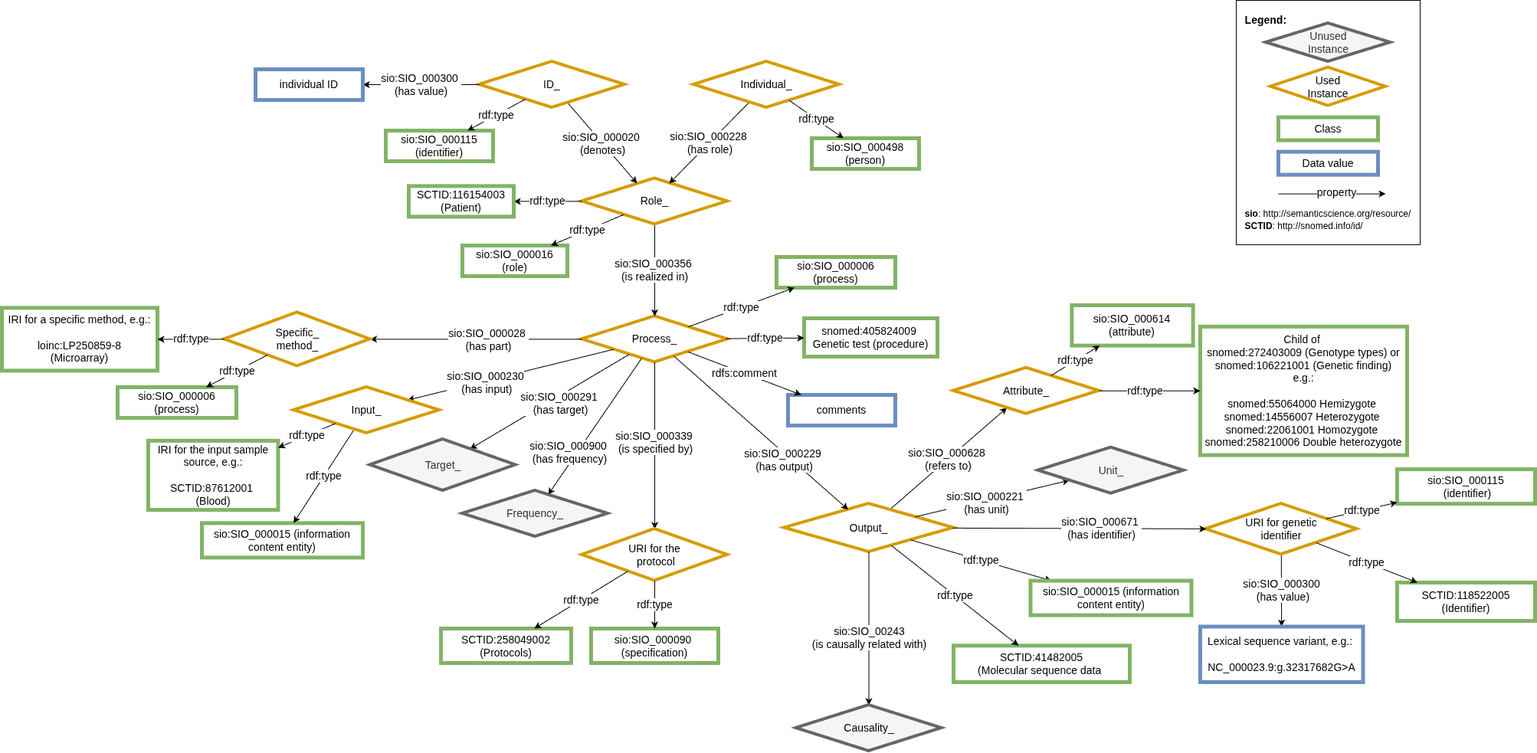
Before: images/snomed/CARE-SM-snomed-Genetic.drawio.png, a diagram exported from draw.io (CARE-SM/CARE-Semantic-Model). Source tidied: cells renumbered, new cells last; positions are measured from the earlier drawing's top-left corner, leaving out a move shared by most shapes.
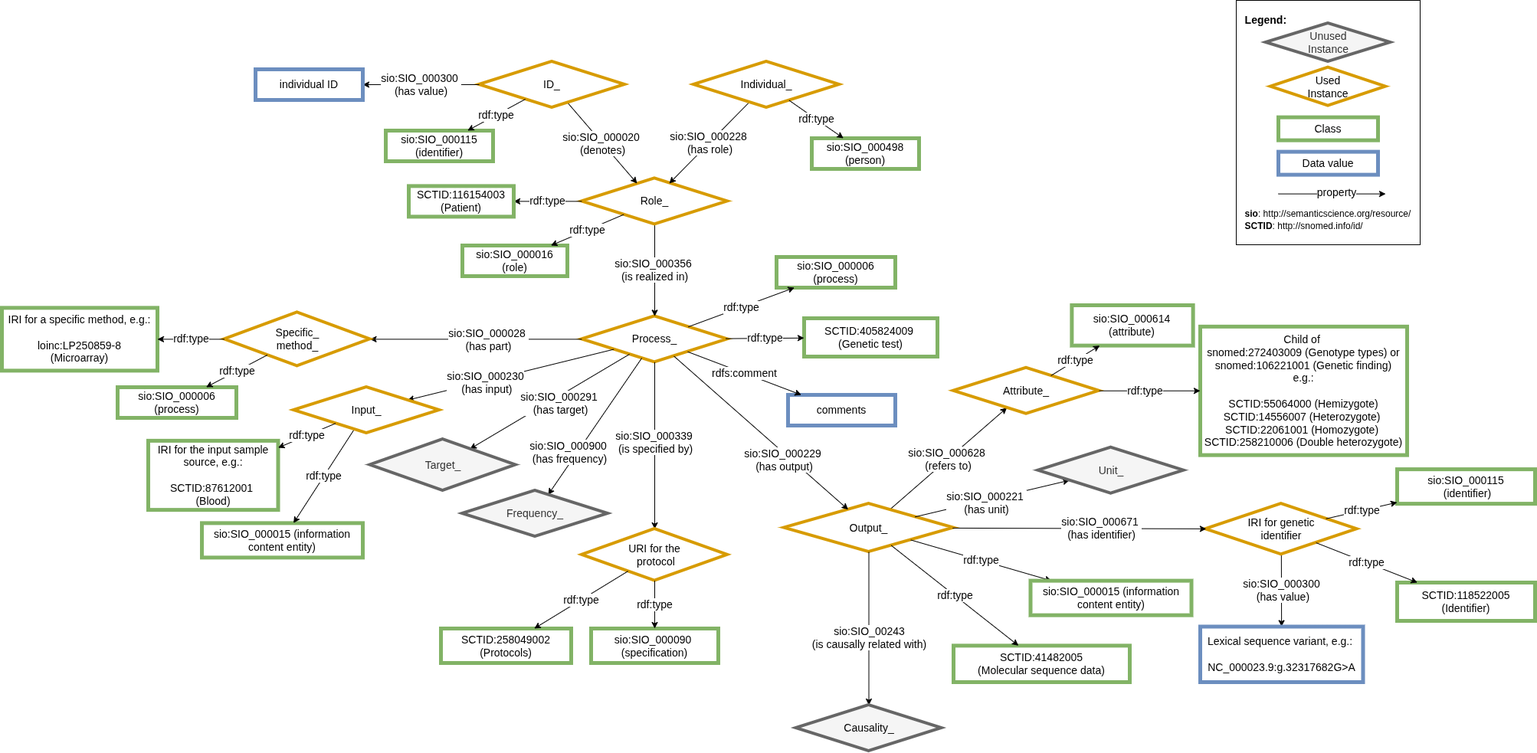
After the commit.

Commit message:
SCTID prefixes fixed

What changed in the source:
```diff
@@ -83,7 +83,7 @@
     <mxCell id="24" value="rdf:type" style="edgeStyle=none;rounded=0;jettySize=auto;html=1;fontSize=14;" parent="1" edge="1" source="9" target="12">
       <mxGeometry relative="1" as="geometry" />
     </mxCell>
-    <mxCell id="25" value="&lt;span style=&quot;background-color: initial; font-size: 14px;&quot;&gt;&lt;div style=&quot;font-size: 14px;&quot;&gt;&lt;div style=&quot;font-size: 14px;&quot;&gt;&lt;div style=&quot;font-size: 14px;&quot;&gt;&lt;div&gt;Child of&amp;nbsp;&lt;/div&gt;&lt;div&gt;snomed:272403009 (Genotype types) or snomed:106221001 (Genetic finding)&lt;/div&gt;&lt;div&gt;e.g.:&lt;/div&gt;&lt;div&gt;&lt;br&gt;&lt;/div&gt;&lt;div&gt;&lt;span style=&quot;background-color: initial; color: light-dark(rgb(0, 0, 0), rgb(255, 255, 255));&quot;&gt;snomed:&lt;/span&gt;&lt;span style=&quot;background-color: initial;&quot;&gt;55064000&lt;/span&gt;&lt;span style=&quot;background-color: initial; color: light-dark(rgb(0, 0, 0), rgb(255, 255, 255));&quot;&gt;&amp;nbsp;&lt;/span&gt;&lt;span style=&quot;background-color: initial; color: light-dark(rgb(0, 0, 0), rgb(255, 255, 255));&quot;&gt;Hemizygote&amp;nbsp;&lt;/span&gt;&lt;/div&gt;&lt;div&gt;&lt;span style=&quot;background-color: initial; color: light-dark(rgb(0, 0, 0), rgb(255, 255, 255));&quot;&gt;snomed:&lt;/span&gt;&lt;span style=&quot;background-color: initial;&quot;&gt;14556007&lt;/span&gt;&lt;span style=&quot;background-color: initial; color: light-dark(rgb(0, 0, 0), rgb(255, 255, 255));&quot;&gt;&amp;nbsp;&lt;/span&gt;&lt;span style=&quot;background-color: initial; color: light-dark(rgb(0, 0, 0), rgb(255, 255, 255));&quot;&gt;Heterozygote&amp;nbsp;&lt;/span&gt;&lt;/div&gt;&lt;div&gt;snomed:22061001&amp;nbsp;Homozygote&amp;nbsp;&lt;/div&gt;&lt;div&gt;snomed:258210006&amp;nbsp;Double heterozygote&lt;/div&gt;&lt;/div&gt;&lt;/div&gt;&lt;/div&gt;&lt;/span&gt;" style="whiteSpace=wrap;html=1;fillColor=#FFFFFF;strokeColor=#82b366;strokeWidth=5;fontSize=14;" parent="1" vertex="1">
+    <mxCell id="25" value="&lt;span style=&quot;background-color: initial; font-size: 14px;&quot;&gt;&lt;div style=&quot;font-size: 14px;&quot;&gt;&lt;div style=&quot;font-size: 14px;&quot;&gt;&lt;div style=&quot;font-size: 14px;&quot;&gt;&lt;div&gt;Child of&amp;nbsp;&lt;/div&gt;&lt;div&gt;snomed:272403009 (Genotype types) or snomed:106221001 (Genetic finding)&lt;/div&gt;&lt;div&gt;e.g.:&lt;/div&gt;&lt;div&gt;&lt;br&gt;&lt;/div&gt;&lt;div&gt;&lt;span style=&quot;background-color: initial; color: light-dark(rgb(0, 0, 0), rgb(255, 255, 255));&quot;&gt;SCTID&lt;/span&gt;&lt;span style=&quot;background-color: initial; color: light-dark(rgb(0, 0, 0), rgb(255, 255, 255));&quot;&gt;:&lt;/span&gt;&lt;span style=&quot;background-color: initial;&quot;&gt;55064000&lt;/span&gt;&lt;span style=&quot;background-color: initial; color: light-dark(rgb(0, 0, 0), rgb(255, 255, 255));&quot;&gt;&amp;nbsp;(&lt;/span&gt;&lt;span style=&quot;background-color: initial; color: light-dark(rgb(0, 0, 0), rgb(255, 255, 255));&quot;&gt;Hemizygote)&lt;/span&gt;&lt;/div&gt;&lt;div&gt;&lt;span style=&quot;background-color: initial; color: light-dark(rgb(0, 0, 0), rgb(255, 255, 255));&quot;&gt;SCTID&lt;/span&gt;&lt;span style=&quot;background-color: initial; color: light-dark(rgb(0, 0, 0), rgb(255, 255, 255));&quot;&gt;:&lt;/span&gt;&lt;span style=&quot;background-color: initial;&quot;&gt;14556007&lt;/span&gt;&lt;span style=&quot;background-color: initial; color: light-dark(rgb(0, 0, 0), rgb(255, 255, 255));&quot;&gt;&amp;nbsp;(&lt;/span&gt;&lt;span style=&quot;background-color: initial; color: light-dark(rgb(0, 0, 0), rgb(255, 255, 255));&quot;&gt;Heterozygote)&amp;nbsp;&lt;/span&gt;&lt;/div&gt;&lt;div&gt;&lt;span style=&quot;background-color: initial; color: light-dark(rgb(0, 0, 0), rgb(255, 255, 255));&quot;&gt;SCTID&lt;/span&gt;:22061001 (Homozygote)&amp;nbsp;&lt;/div&gt;&lt;div&gt;&lt;span style=&quot;background-color: initial; color: light-dark(rgb(0, 0, 0), rgb(255, 255, 255));&quot;&gt;SCTID&lt;/span&gt;:258210006 (Double heterozygote)&lt;/div&gt;&lt;/div&gt;&lt;/div&gt;&lt;/div&gt;&lt;/span&gt;" style="whiteSpace=wrap;html=1;fillColor=#FFFFFF;strokeColor=#82b366;strokeWidth=5;fontSize=14;" parent="1" vertex="1">
       <mxGeometry x="1564" y="425.9" width="270" height="167.8" as="geometry" />
     </mxCell>
     <mxCell id="26" value="rdf:type" style="edgeStyle=none;rounded=0;jettySize=auto;html=1;fontSize=14;" parent="1" edge="1" source="10" target="25">
@@ -95,7 +95,7 @@
     <mxCell id="28" value="SCTID:116154003 (Patient)" style="whiteSpace=wrap;html=1;fillColor=#FFFFFF;strokeColor=#82b366;strokeWidth=5;fontSize=14;" parent="1" vertex="1">
       <mxGeometry x="531" y="242.4" width="137" height="40" as="geometry" />
     </mxCell>
-    <mxCell id="29" value="snomed:405824009&amp;nbsp;&lt;div&gt;Genetic test (procedure)&lt;/div&gt;" style="whiteSpace=wrap;html=1;fillColor=#FFFFFF;strokeColor=#82b366;strokeWidth=5;fontSize=14;" parent="1" vertex="1">
+    <mxCell id="29" value="SCTID:405824009&amp;nbsp;&lt;div&gt;(Genetic test)&lt;/div&gt;" style="whiteSpace=wrap;html=1;fillColor=#FFFFFF;strokeColor=#82b366;strokeWidth=5;fontSize=14;" parent="1" vertex="1">
       <mxGeometry x="1047" y="415" width="174" height="50" as="geometry" />
     </mxCell>
     <mxCell id="30" value="rdf:type" style="edgeStyle=none;rounded=0;jettySize=auto;html=1;fontSize=14;" parent="1" edge="1" source="4" target="29">
@@ -116,7 +116,7 @@
     <mxCell id="35" value="Target_" style="rhombus;whiteSpace=wrap;html=1;fillColor=#f5f5f5;strokeColor=#666666;perimeter=rhombusPerimeter;arcSize=20;comic=0;enumerate=0;strokeWidth=4;rounded=0;fontColor=#333333;fontSize=14;" parent="1" vertex="1">
       <mxGeometry x="480.5" y="573" width="190" height="67" as="geometry" />
     </mxCell>
-    <mxCell id="36" value="&lt;div style=&quot;&quot;&gt;SCTID:41482005&lt;/div&gt;&lt;div style=&quot;&quot;&gt;(&lt;span style=&quot;background-color: transparent;&quot;&gt;Molecular sequence data&lt;font color=&quot;rgba(0, 0, 0, 0)&quot;&gt;)&lt;/font&gt;&lt;/span&gt;&lt;/div&gt;" style="whiteSpace=wrap;html=1;fillColor=#FFFFFF;strokeColor=#82b366;strokeWidth=5;fontSize=14;" parent="1" vertex="1">
+    <mxCell id="36" value="&lt;div style=&quot;&quot;&gt;&lt;font style=&quot;color: rgb(0, 0, 0);&quot;&gt;SCTID:41482005&lt;/font&gt;&lt;/div&gt;&lt;div style=&quot;&quot;&gt;&lt;font style=&quot;color: rgb(0, 0, 0);&quot;&gt;(&lt;span style=&quot;background-color: transparent;&quot;&gt;Molecular sequence data)&lt;/span&gt;&lt;/font&gt;&lt;/div&gt;" style="whiteSpace=wrap;html=1;fillColor=#FFFFFF;strokeColor=#82b366;strokeWidth=5;fontSize=14;" parent="1" vertex="1">
       <mxGeometry x="1242" y="842.4" width="230" height="47.6" as="geometry" />
     </mxCell>
     <mxCell id="37" value="rdf:type" style="edgeStyle=none;rounded=0;jettySize=auto;html=1;fontSize=14;" parent="1" edge="1" source="3" target="36">
@@ -227,7 +227,7 @@
     <mxCell id="70" value="&lt;div&gt;&lt;span style=&quot;background-color: transparent; color: light-dark(rgb(0, 0, 0), rgb(255, 255, 255));&quot;&gt;Lexical sequence variant, e.g.:&amp;nbsp;&lt;/span&gt;&lt;/div&gt;&lt;div&gt;&lt;span style=&quot;background-color: transparent; color: light-dark(rgb(0, 0, 0), rgb(255, 255, 255));&quot;&gt;&lt;br&gt;&lt;/span&gt;&lt;/div&gt;&lt;div&gt;NC_000023.9:g.32317682G&amp;gt;A&lt;/div&gt;" style="whiteSpace=wrap;html=1;fillColor=#FFFFFF;strokeColor=#6c8ebf;strokeWidth=5;fontSize=14;" parent="1" vertex="1">
       <mxGeometry x="1564" y="817.5" width="212.5" height="72.5" as="geometry" />
     </mxCell>
-    <mxCell id="71" value="&lt;div&gt;URI for genetic&lt;/div&gt;&lt;div&gt;identifier&lt;/div&gt;" style="rhombus;whiteSpace=wrap;html=1;fillColor=#FFFFFF;strokeColor=#D79B00;perimeter=rhombusPerimeter;arcSize=20;comic=0;enumerate=0;strokeWidth=4;rounded=0;fontSize=14;" parent="1" vertex="1">
+    <mxCell id="71" value="&lt;div&gt;IRI for genetic&lt;/div&gt;&lt;div&gt;identifier&lt;/div&gt;" style="rhombus;whiteSpace=wrap;html=1;fillColor=#FFFFFF;strokeColor=#D79B00;perimeter=rhombusPerimeter;arcSize=20;comic=0;enumerate=0;strokeWidth=4;rounded=0;fontSize=14;" parent="1" vertex="1">
       <mxGeometry x="1571" y="657.1" width="197.5" height="66.2" as="geometry" />
     </mxCell>
     <mxCell id="72" value="sio:SIO_000115&lt;div&gt;&amp;nbsp;(identifier)&lt;/div&gt;" style="whiteSpace=wrap;html=1;fillColor=#FFFFFF;strokeColor=#82b366;strokeWidth=5;fontSize=14;" parent="1" vertex="1">
```
